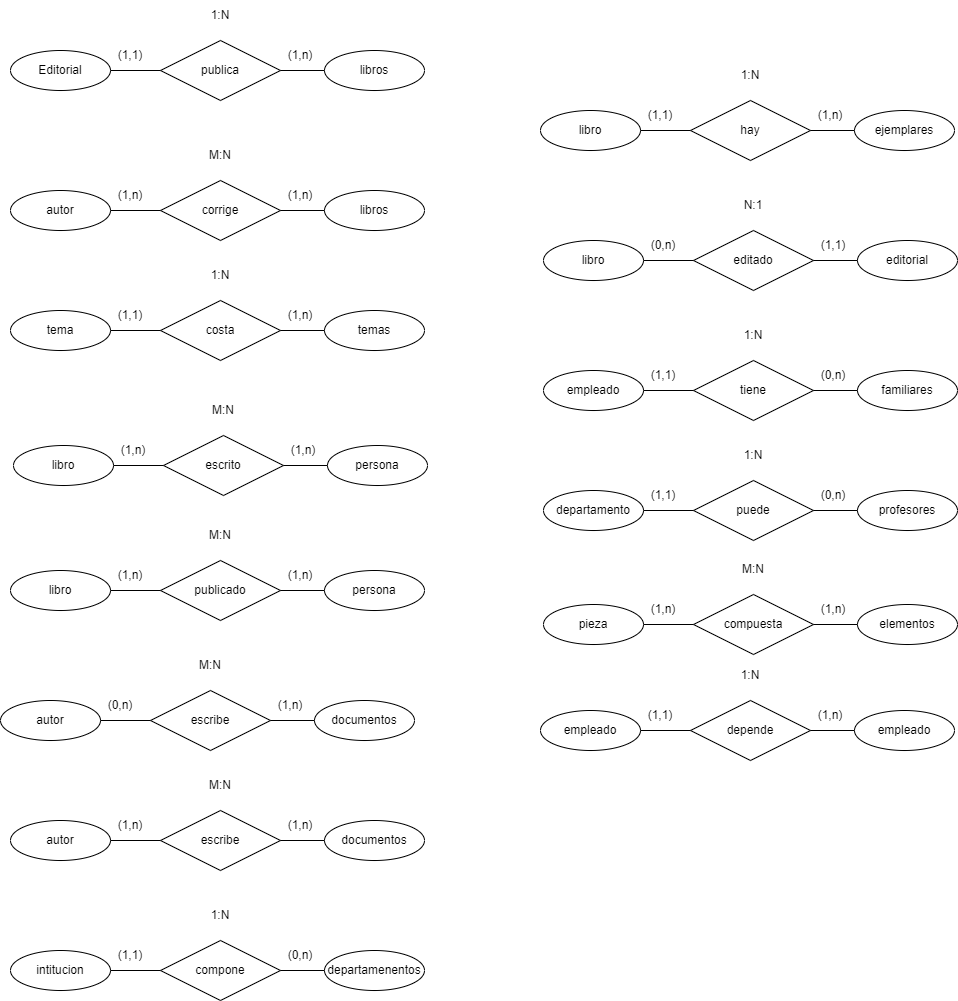
This is Tema2/Ejercicios/cardinalidad/cardinalidad.drawio.png from Joseman2000LR/Bae, a draw.io export, as it was before one commit. Source tidied: cells renumbered, new cells last; positions are measured from the earlier drawing's top-left corner, leaving out a move shared by most shapes.
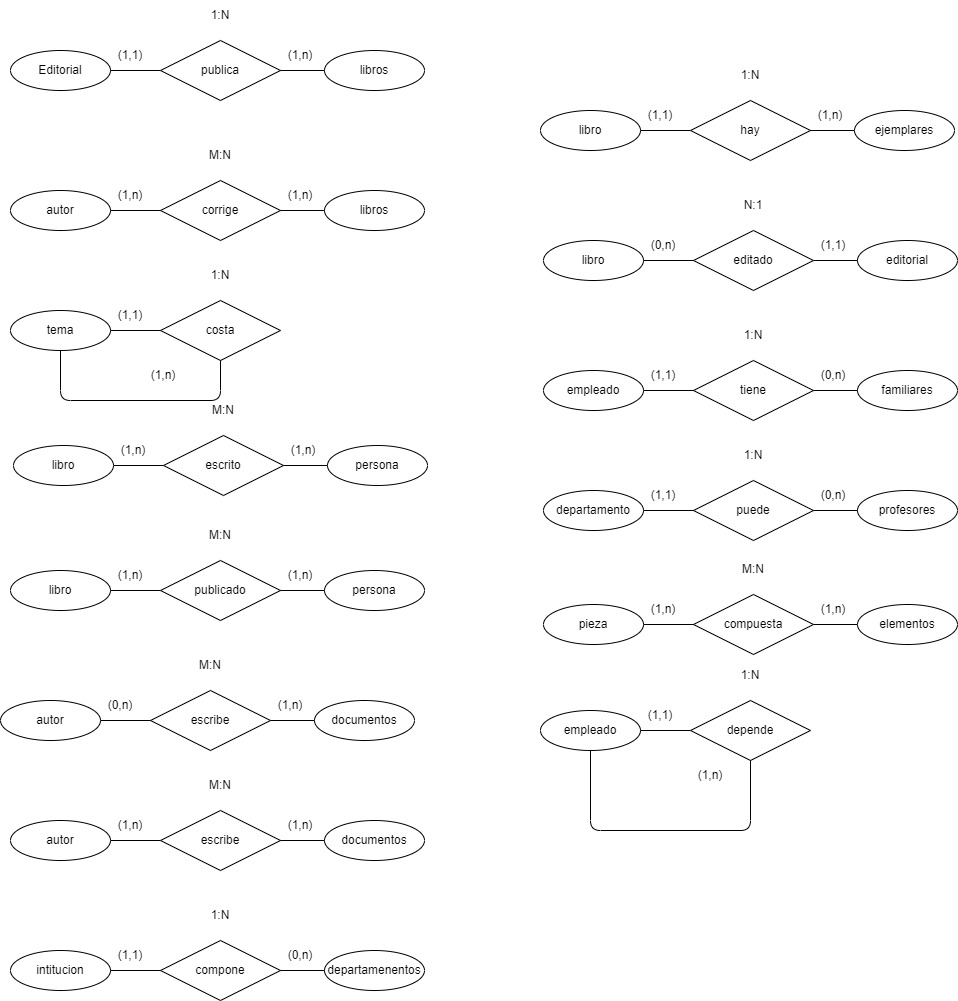
Later version of the same file.

Diff of the diagram source:
```diff
@@ -53,20 +53,22 @@
     <mxCell id="18" value="costa" style="shape=rhombus;perimeter=rhombusPerimeter;whiteSpace=wrap;html=1;align=center;" parent="1" vertex="1">
       <mxGeometry x="160" y="300" width="120" height="60" as="geometry" />
     </mxCell>
-    <mxCell id="19" value="temas" style="ellipse;whiteSpace=wrap;html=1;align=center;" parent="1" vertex="1">
-      <mxGeometry x="324" y="310" width="100" height="40" as="geometry" />
-    </mxCell>
     <mxCell id="20" value="tema" style="ellipse;whiteSpace=wrap;html=1;align=center;" parent="1" vertex="1">
       <mxGeometry x="10" y="310" width="100" height="40" as="geometry" />
     </mxCell>
     <mxCell id="21" style="endArrow=none;html=1;entryX=1;entryY=0.5;entryDx=0;entryDy=0;" parent="1" edge="1" source="18" target="20">
       <mxGeometry relative="1" as="geometry" />
     </mxCell>
-    <mxCell id="22" style="endArrow=none;html=1;entryX=0;entryY=0.5;entryDx=0;entryDy=0;" parent="1" edge="1" source="18" target="19">
-      <mxGeometry relative="1" as="geometry" />
+    <mxCell id="22" style="endArrow=none;html=1;entryX=0.5;entryY=1;entryDx=0;entryDy=0;exitX=0.5;exitY=1;exitDx=0;exitDy=0;" parent="1" edge="1" source="20" target="18">
+      <mxGeometry relative="1" as="geometry">
+        <Array as="points">
+          <mxPoint x="60" y="400" />
+          <mxPoint x="220" y="400" />
+        </Array>
+      </mxGeometry>
     </mxCell>
     <mxCell id="23" value="(1,n)" style="text;html=1;strokeColor=none;fillColor=none;align=center;verticalAlign=middle;whiteSpace=wrap;rounded=0;" parent="1" vertex="1">
-      <mxGeometry x="270" y="300" width="60" height="30" as="geometry" />
+      <mxGeometry x="133" y="360" width="60" height="30" as="geometry" />
     </mxCell>
     <mxCell id="24" value="(1,1)" style="text;html=1;strokeColor=none;fillColor=none;align=center;verticalAlign=middle;whiteSpace=wrap;rounded=0;" parent="1" vertex="1">
       <mxGeometry x="100" y="300" width="60" height="30" as="geometry" />
@@ -317,20 +319,22 @@
     <mxCell id="106" value="depende" style="shape=rhombus;perimeter=rhombusPerimeter;whiteSpace=wrap;html=1;align=center;" parent="1" vertex="1">
       <mxGeometry x="690" y="700" width="120" height="60" as="geometry" />
     </mxCell>
-    <mxCell id="107" value="empleado" style="ellipse;whiteSpace=wrap;html=1;align=center;" parent="1" vertex="1">
-      <mxGeometry x="854" y="710" width="100" height="40" as="geometry" />
-    </mxCell>
     <mxCell id="108" value="empleado" style="ellipse;whiteSpace=wrap;html=1;align=center;" parent="1" vertex="1">
       <mxGeometry x="540" y="710" width="100" height="40" as="geometry" />
     </mxCell>
     <mxCell id="109" style="endArrow=none;html=1;entryX=1;entryY=0.5;entryDx=0;entryDy=0;" parent="1" edge="1" source="106" target="108">
       <mxGeometry relative="1" as="geometry" />
     </mxCell>
-    <mxCell id="110" style="endArrow=none;html=1;entryX=0;entryY=0.5;entryDx=0;entryDy=0;" parent="1" edge="1" source="106" target="107">
-      <mxGeometry relative="1" as="geometry" />
+    <mxCell id="110" style="endArrow=none;html=1;entryX=0.5;entryY=1;entryDx=0;entryDy=0;exitX=0.5;exitY=1;exitDx=0;exitDy=0;" parent="1" edge="1" source="106" target="108">
+      <mxGeometry relative="1" as="geometry">
+        <Array as="points">
+          <mxPoint x="750" y="830" />
+          <mxPoint x="590" y="830" />
+        </Array>
+      </mxGeometry>
     </mxCell>
     <mxCell id="111" value="(1,n)" style="text;html=1;strokeColor=none;fillColor=none;align=center;verticalAlign=middle;whiteSpace=wrap;rounded=0;" parent="1" vertex="1">
-      <mxGeometry x="800" y="700" width="60" height="30" as="geometry" />
+      <mxGeometry x="680" y="760" width="60" height="30" as="geometry" />
     </mxCell>
     <mxCell id="112" value="(1,1)" style="text;html=1;strokeColor=none;fillColor=none;align=center;verticalAlign=middle;whiteSpace=wrap;rounded=0;" parent="1" vertex="1">
       <mxGeometry x="630" y="700" width="60" height="30" as="geometry" />
```
